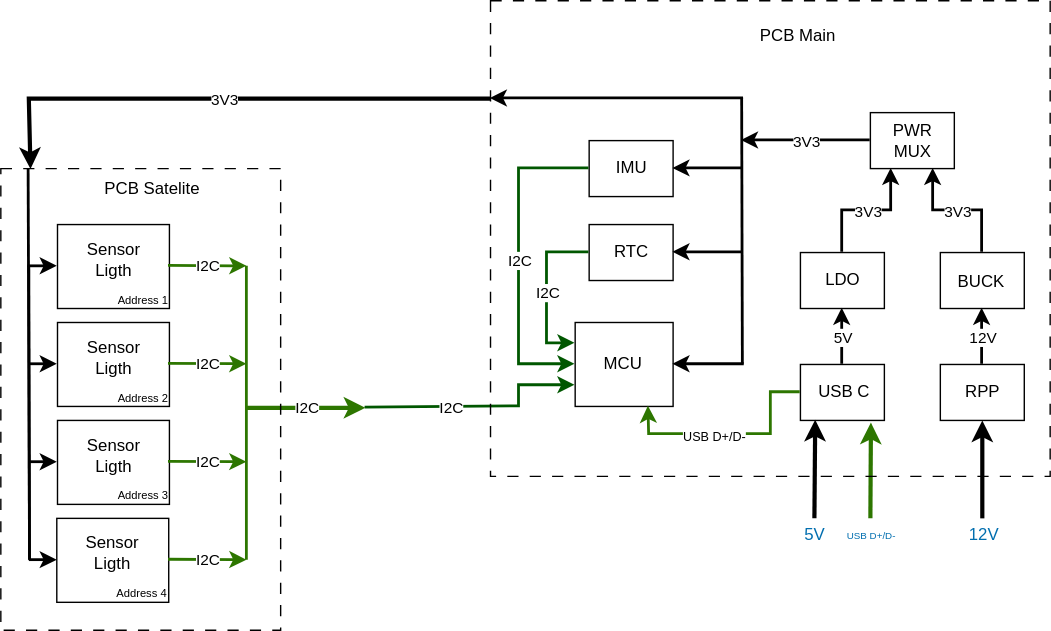
Before: Hardware/Esquematico General.svg, a diagram exported from draw.io (TobiasDecoud/Solar-Tracking-System). Source tidied: cells renumbered, new cells last; positions are measured from the earlier drawing's top-left corner, leaving out a move shared by most shapes.
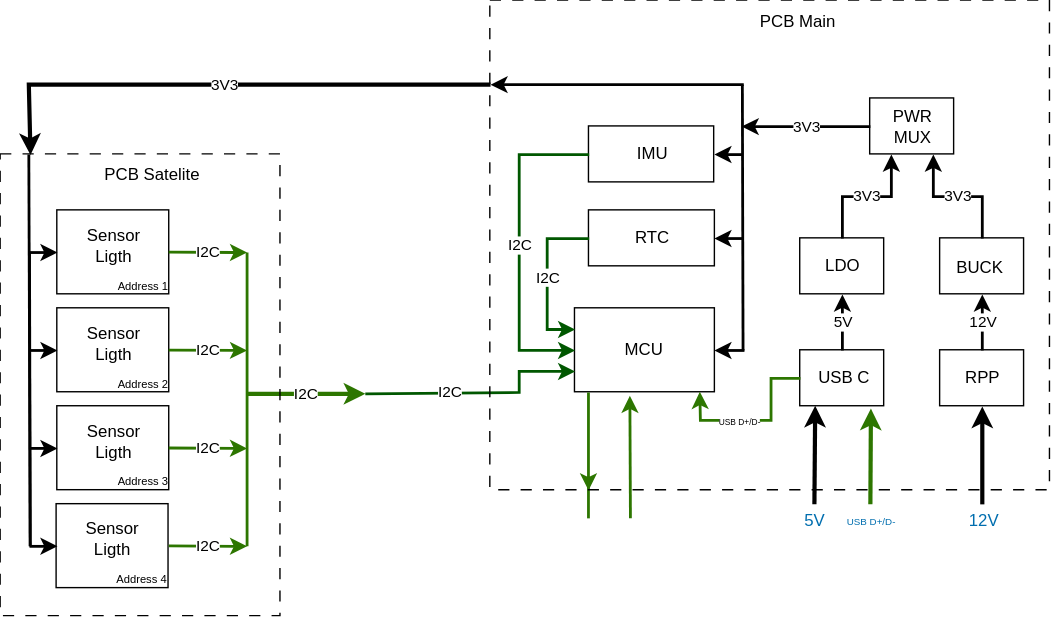
After the commit.

Diff of the diagram source:
```diff
@@ -158,31 +158,31 @@
       <mxGeometry y="5" width="60" height="30" as="geometry" />
     </mxCell>
     <mxCell id="43" style="group;" parent="1" vertex="1">
-      <mxGeometry x="420.5" y="160" width="60" height="40" as="geometry" />
+      <mxGeometry x="420.5" y="160" width="90" height="40" as="geometry" />
     </mxCell>
     <mxCell id="44" style="rounded=0;whiteSpace=wrap;html=1;fillColor=none;" parent="43" vertex="1">
-      <mxGeometry width="60" height="40" as="geometry" />
+      <mxGeometry width="90" height="40" as="geometry" />
     </mxCell>
     <mxCell id="45" value="RTC" style="text;html=1;whiteSpace=wrap;strokeColor=none;fillColor=none;align=center;verticalAlign=middle;rounded=0;" parent="43" vertex="1">
-      <mxGeometry y="5" width="60" height="30" as="geometry" />
+      <mxGeometry y="5" width="90" height="30" as="geometry" />
     </mxCell>
     <mxCell id="46" style="group;" parent="1" vertex="1">
-      <mxGeometry x="410.5" y="100" width="70" height="40" as="geometry" />
+      <mxGeometry x="410.5" y="100" width="99.5" height="40" as="geometry" />
     </mxCell>
     <mxCell id="47" style="rounded=0;whiteSpace=wrap;html=1;fillColor=none;" parent="46" vertex="1">
-      <mxGeometry x="10" width="60" height="40" as="geometry" />
+      <mxGeometry x="10" width="89.5" height="40" as="geometry" />
     </mxCell>
     <mxCell id="48" value="IMU" style="text;html=1;whiteSpace=wrap;strokeColor=none;fillColor=none;align=center;verticalAlign=middle;rounded=0;" parent="46" vertex="1">
-      <mxGeometry x="10" y="5" width="60" height="30" as="geometry" />
+      <mxGeometry x="10" y="5" width="89.5" height="30" as="geometry" />
     </mxCell>
     <mxCell id="49" style="group;" parent="1" vertex="1">
-      <mxGeometry x="410.5" y="230" width="70" height="60" as="geometry" />
+      <mxGeometry x="410.5" y="230" width="100" height="60" as="geometry" />
     </mxCell>
     <mxCell id="50" style="rounded=0;whiteSpace=wrap;html=1;fillColor=none;" parent="49" vertex="1">
-      <mxGeometry width="70" height="60" as="geometry" />
+      <mxGeometry width="100" height="60" as="geometry" />
     </mxCell>
     <mxCell id="51" value="MCU" style="text;html=1;whiteSpace=wrap;strokeColor=none;fillColor=none;align=center;verticalAlign=middle;rounded=0;" parent="49" vertex="1">
-      <mxGeometry x="4" y="15" width="60" height="30" as="geometry" />
+      <mxGeometry x="19.5" y="15" width="60" height="30" as="geometry" />
     </mxCell>
     <mxCell id="52" style="group;" parent="1" vertex="1">
       <mxGeometry x="571.5" y="260" width="61" height="40" as="geometry" />
@@ -271,33 +271,34 @@
     <mxCell id="72" value="&lt;font style=&quot;color: light-dark(rgb(0, 0, 0), rgb(255, 0, 0));&quot;&gt;3V3&lt;/font&gt;" style="edgeLabel;html=1;align=center;verticalAlign=middle;" parent="71" vertex="1">
       <mxGeometry relative="1" as="geometry" />
     </mxCell>
-    <mxCell id="73" style="endArrow=classic;html=1;rounded=0;entryX=1;entryY=0.5;entryDx=0;entryDy=0;strokeWidth=2;strokeColor=light-dark(#000000,#FF0000);" parent="1" edge="1" target="48">
+    <mxCell id="73" style="endArrow=classic;html=1;rounded=0;strokeWidth=2;strokeColor=light-dark(#000000,#FF0000);" parent="1" edge="1">
       <mxGeometry relative="1" as="geometry">
         <mxPoint x="530.5" y="120" as="sourcePoint" />
+        <mxPoint x="510" y="120" as="targetPoint" />
       </mxGeometry>
     </mxCell>
     <mxCell id="74" style="endArrow=classic;html=1;rounded=0;strokeWidth=2;strokeColor=light-dark(#000000,#FF0000);" parent="1" edge="1">
       <mxGeometry relative="1" as="geometry">
         <mxPoint x="530.5" y="180" as="sourcePoint" />
-        <mxPoint x="480.5" y="180" as="targetPoint" />
+        <mxPoint x="510" y="180" as="targetPoint" />
       </mxGeometry>
     </mxCell>
     <mxCell id="75" style="endArrow=classic;html=1;rounded=0;strokeWidth=2;strokeColor=light-dark(#000000,#FF0000);" parent="1" edge="1">
       <mxGeometry relative="1" as="geometry">
         <mxPoint x="531.5" y="260" as="sourcePoint" />
-        <mxPoint x="480.5" y="260" as="targetPoint" />
+        <mxPoint x="510" y="260" as="targetPoint" />
       </mxGeometry>
     </mxCell>
-    <mxCell id="76" style="endArrow=classic;html=1;rounded=0;exitX=0;exitY=0.5;exitDx=0;exitDy=0;entryX=0.75;entryY=1;entryDx=0;entryDy=0;fillColor=#60a917;strokeColor=#2D7600;strokeWidth=2;" parent="1" edge="1" source="54" target="50">
+    <mxCell id="76" style="endArrow=classic;html=1;rounded=0;exitX=0;exitY=0.5;exitDx=0;exitDy=0;entryX=0.891;entryY=0.993;entryDx=0;entryDy=0;fillColor=#60a917;strokeColor=#2D7600;strokeWidth=2;entryPerimeter=0;" parent="1" edge="1" source="54" target="50">
       <mxGeometry relative="1" as="geometry">
         <Array as="points">
           <mxPoint x="550.5" y="280" />
           <mxPoint x="550.5" y="310" />
-          <mxPoint x="463.5" y="310" />
+          <mxPoint x="500" y="310" />
         </Array>
       </mxGeometry>
     </mxCell>
-    <mxCell id="77" value="&lt;font style=&quot;font-size: 9px; color: light-dark(rgb(0, 0, 0), rgb(0, 255, 0));&quot;&gt;USB D+/D-&lt;/font&gt;" style="edgeLabel;html=1;align=center;verticalAlign=middle;" parent="76" vertex="1">
+    <mxCell id="77" value="&lt;font style=&quot;color: light-dark(rgb(0, 0, 0), rgb(0, 255, 0)); font-size: 6px;&quot;&gt;USB D+/D-&lt;/font&gt;" style="edgeLabel;html=1;align=center;verticalAlign=middle;" parent="76" vertex="1">
       <mxGeometry relative="1" as="geometry">
         <mxPoint x="-13" as="offset" />
       </mxGeometry>
@@ -357,9 +358,6 @@
         <mxPoint x="350" y="70" as="targetPoint" />
       </mxGeometry>
     </mxCell>
-    <mxCell id="88" style="rounded=0;whiteSpace=wrap;html=1;fillColor=none;dashed=1;dashPattern=8 8;" parent="1" vertex="1">
-      <mxGeometry x="350" width="400" height="340" as="geometry" />
-    </mxCell>
     <mxCell id="89" style="endArrow=classic;html=1;rounded=0;entryX=0.106;entryY=0.001;entryDx=0;entryDy=0;entryPerimeter=0;strokeWidth=3;strokeColor=light-dark(#000000,#FF0000);" parent="1" edge="1" target="86">
       <mxGeometry relative="1" as="geometry">
         <mxPoint x="350" y="70" as="sourcePoint" />
@@ -371,5 +369,25 @@
     <mxCell id="90" value="&lt;font style=&quot;color: light-dark(rgb(0, 0, 0), rgb(255, 0, 0));&quot;&gt;3V3&lt;/font&gt;" style="edgeLabel;html=1;align=center;verticalAlign=middle;" parent="89" vertex="1">
       <mxGeometry relative="1" as="geometry" />
     </mxCell>
+    <mxCell id="91" style="endArrow=classic;html=1;rounded=0;fillColor=#60a917;strokeColor=#2D7600;strokeWidth=2;" parent="1" edge="1">
+      <mxGeometry relative="1" as="geometry">
+        <mxPoint x="420" y="290" as="sourcePoint" />
+        <mxPoint x="420" y="360" as="targetPoint" />
+      </mxGeometry>
+    </mxCell>
+    <mxCell id="92" style="endArrow=classic;html=1;rounded=0;fillColor=#60a917;strokeColor=#2D7600;strokeWidth=2;entryX=0.391;entryY=1.04;entryDx=0;entryDy=0;entryPerimeter=0;" parent="1" edge="1" target="50">
+      <mxGeometry relative="1" as="geometry">
+        <mxPoint x="450" y="380" as="sourcePoint" />
+      </mxGeometry>
+    </mxCell>
+    <mxCell id="93" style="endArrow=none;html=1;rounded=0;fillColor=#60a917;strokeColor=#2D7600;strokeWidth=2;" parent="1" edge="1">
+      <mxGeometry relative="1" as="geometry">
+        <mxPoint x="420" y="350" as="sourcePoint" />
+        <mxPoint x="420" y="380" as="targetPoint" />
+      </mxGeometry>
+    </mxCell>
+    <mxCell id="94" style="rounded=0;whiteSpace=wrap;html=1;fillColor=none;dashed=1;dashPattern=8 8;" parent="1" vertex="1">
+      <mxGeometry x="350" y="10" width="400" height="350" as="geometry" />
+    </mxCell>
   </root>
 </mxGraphModel>
```
